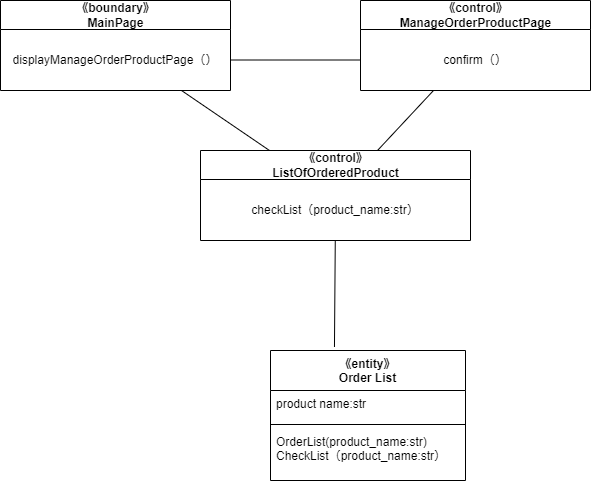
Earlier version of the draw.io export psp4/設計モデルのクラス/設計モデルクラス図_発注仕込み.drawio.png (MasakiHiguchi/---). Source tidied: cells renumbered, new cells last; positions are measured from the earlier drawing's top-left corner, leaving out a move shared by most shapes.
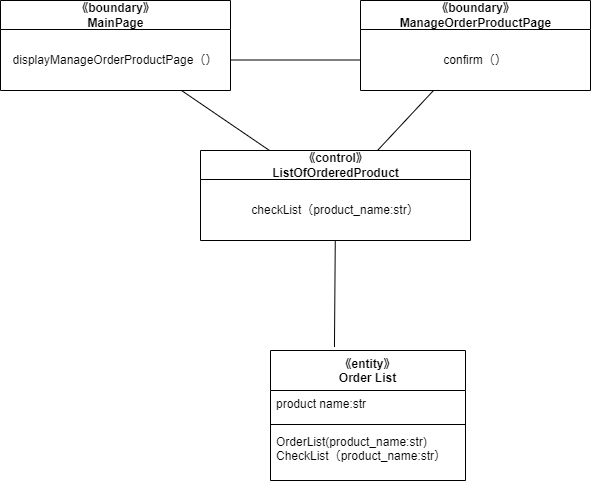
After the commit.

The edit, as a diff of the source:
```diff
@@ -20,7 +20,7 @@
     <mxCell id="7" style="edgeStyle=none;html=1;endArrow=none;endFill=0;" parent="1" edge="1" source="8" target="2">
       <mxGeometry relative="1" as="geometry" />
     </mxCell>
-    <mxCell id="8" value="《control》&lt;br&gt;ManageOrderProductPage" style="swimlane;fontStyle=1;align=center;verticalAlign=middle;horizontal=1;startSize=29;html=1;" parent="1" vertex="1">
+    <mxCell id="8" value="《boundary》&lt;br&gt;ManageOrderProductPage" style="swimlane;fontStyle=1;align=center;verticalAlign=middle;horizontal=1;startSize=29;html=1;" parent="1" vertex="1">
       <mxGeometry x="360" width="230" height="90" as="geometry" />
     </mxCell>
     <mxCell id="9" value="confirm（）" style="text;html=1;strokeColor=none;fillColor=none;align=center;verticalAlign=middle;spacingLeft=4;spacingRight=4;overflow=hidden;points=[[0,0.5],[1,0.5]];portConstraint=eastwest;" parent="8" vertex="1">
```
